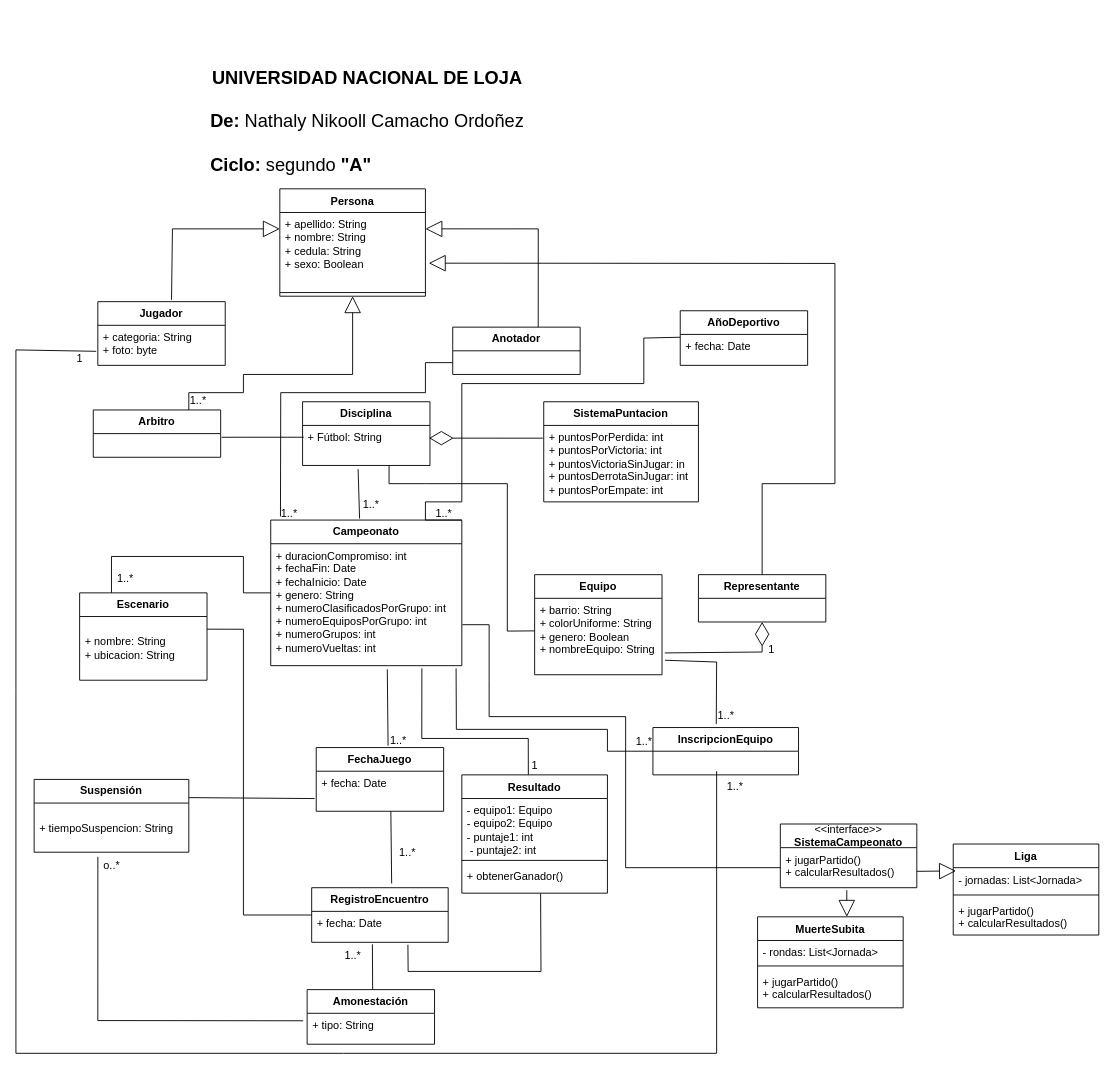
This is Deportes_POO.drawio from Nikooll/Deportes_POO, a draw.io file, before an edit. Source tidied: cells renumbered, new cells numbered last; positions are measured from the earlier drawing's top-left corner, leaving out a move shared by most shapes. Both pictures are drawn from the tidied source at 91%, with x=0, y=0 at pixel (15, 61).
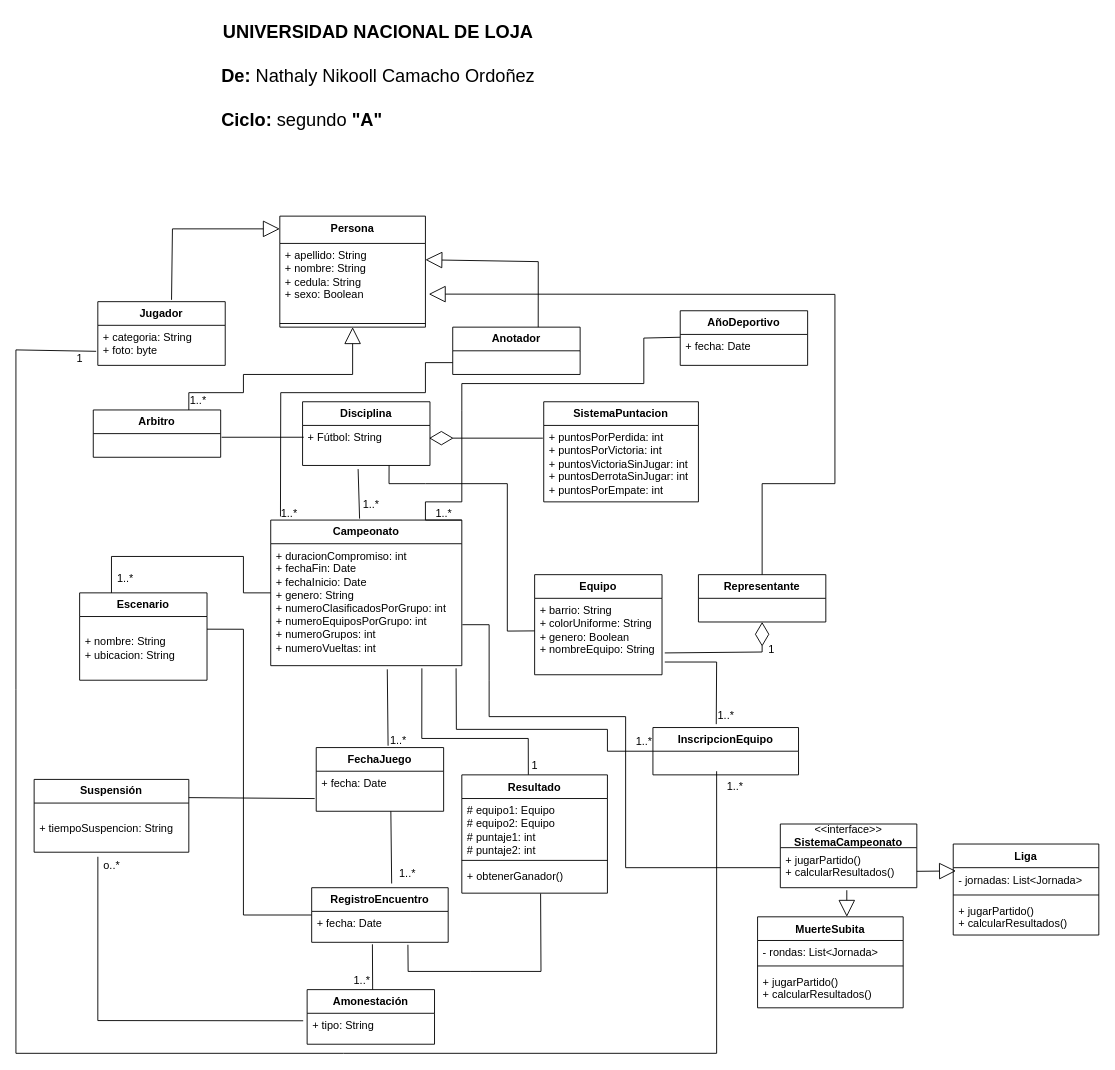
Above is the later version.

Unchanged cells that the change refers to:
```xml
<mxCell id="9" value="&lt;b&gt;Anotador&lt;/b&gt;" style="swimlane;fontStyle=0;horizontal=1;startSize=26;fillColor=none;whiteSpace=wrap;html=1;" parent="1" vertex="1">
  <mxGeometry x="480" y="292" width="140" height="52" as="geometry" />
</mxCell>
<mxCell id="13" value="&lt;b&gt;SistemaPuntacion&lt;/b&gt;" style="swimlane;fontStyle=0;horizontal=1;startSize=26;fillColor=none;whiteSpace=wrap;html=1;" parent="1" vertex="1">
  <mxGeometry x="580" y="374" width="170" height="110" as="geometry" />
</mxCell>
<mxCell id="20" value="+ barrio: String&lt;br&gt;+ colorUniforme: String&lt;br&gt;+ genero: Boolean&lt;br&gt;+ nombreEquipo: String&lt;div&gt;&lt;br/&gt;&lt;/div&gt;" style="text;strokeColor=none;fillColor=none;align=left;verticalAlign=top;spacingLeft=4;spacingRight=4;overflow=hidden;points=[[0,0.5],[1,0.5]];portConstraint=eastwest;whiteSpace=wrap;html=1;" parent="19" vertex="1">
  <mxGeometry y="26" width="140" height="84" as="geometry" />
</mxCell>
<mxCell id="22" value="&lt;b&gt;Representante&lt;/b&gt;" style="swimlane;fontStyle=0;horizontal=1;startSize=26;fillColor=none;whiteSpace=wrap;html=1;" parent="1" vertex="1">
  <mxGeometry x="750" y="564" width="140" height="52" as="geometry" />
</mxCell>
<mxCell id="30" value="&lt;b&gt;InscripcionEquipo&lt;/b&gt;" style="swimlane;fontStyle=0;horizontal=1;startSize=26;fillColor=none;whiteSpace=wrap;html=1;" parent="1" vertex="1">
  <mxGeometry x="700" y="732" width="160" height="52" as="geometry" />
</mxCell>
<mxCell id="72" value="Resultado" style="swimlane;fontStyle=1;align=center;verticalAlign=top;horizontal=1;startSize=26;whiteSpace=wrap;html=1;" parent="1" vertex="1">
  <mxGeometry x="490" y="784" width="160" height="130" as="geometry" />
</mxCell>
```

What changed in the source:
```diff
@@
-    <mxCell id="2" value="Persona" style="swimlane;fontStyle=1;align=center;verticalAlign=top;horizontal=1;startSize=26;whiteSpace=wrap;html=1;" parent="1" vertex="1">
-      <mxGeometry x="290" y="140" width="160" height="118" as="geometry" />
+    <mxCell id="2" value="&lt;div&gt;Persona&lt;/div&gt;" style="swimlane;fontStyle=1;align=center;verticalAlign=top;horizontal=1;startSize=30;whiteSpace=wrap;html=1;" parent="1" vertex="1">
+      <mxGeometry x="290" y="170" width="160" height="122" as="geometry" />
     </mxCell>
     <mxCell id="3" value="&lt;div&gt;+ apellido: String&lt;/div&gt;&lt;div&gt;+ nombre: String&lt;/div&gt;+ cedula: String&lt;br&gt;+ sexo: Boolean" style="text;strokeColor=none;fillColor=none;align=left;verticalAlign=top;spacingLeft=4;spacingRight=4;overflow=hidden;points=[[0,0.5],[1,0.5]];portConstraint=eastwest;whiteSpace=wrap;html=1;" parent="2" vertex="1">
-      <mxGeometry y="26" width="160" height="84" as="geometry" />
+      <mxGeometry y="30" width="160" height="84" as="geometry" />
     </mxCell>
     <mxCell id="4" style="line;strokeWidth=1;fillColor=none;align=left;verticalAlign=middle;spacingTop=-1;spacingLeft=3;spacingRight=3;labelPosition=right;strokeColor=inherit;" parent="2" vertex="1">
-      <mxGeometry y="110" width="160" height="8" as="geometry" />
+      <mxGeometry y="114" width="160" height="8" as="geometry" />
     </mxCell>
@@
     <mxCell id="10" style="endArrow=block;endSize=16;endFill=0;html=1;rounded=0;exitX=0.671;exitY=0;exitDx=0;exitDy=0;exitPerimeter=0;entryX=1;entryY=0.214;entryDx=0;entryDy=0;entryPerimeter=0;" parent="1" edge="1" source="9" target="3">
       <mxGeometry relative="1" as="geometry">
         <Array as="points">
-          <mxPoint x="574" y="184" />
+          <mxPoint x="574" y="220" />
         </Array>
       </mxGeometry>
     </mxCell>
@@
-    <mxCell id="14" value="+ puntosPorPerdida: int&lt;br&gt;+ puntosPorVictoria: int&lt;br&gt;&lt;div&gt;+ puntosVictoriaSinJugar: in&lt;/div&gt;&lt;div&gt;+ puntosDerrotaSinJugar: int&lt;br&gt;+ puntosPorEmpate: int&lt;/div&gt;" style="text;strokeColor=none;fillColor=none;align=left;verticalAlign=top;spacingLeft=4;spacingRight=4;overflow=hidden;whiteSpace=wrap;html=1;" parent="13" vertex="1">
+    <mxCell id="14" value="+ puntosPorPerdida: int&lt;br&gt;+ puntosPorVictoria: int&lt;br&gt;&lt;div&gt;+ puntosVictoriaSinJugar: int&lt;/div&gt;&lt;div&gt;+ puntosDerrotaSinJugar: int&lt;br&gt;+ puntosPorEmpate: int&lt;/div&gt;" style="text;strokeColor=none;fillColor=none;align=left;verticalAlign=top;spacingLeft=4;spacingRight=4;overflow=hidden;whiteSpace=wrap;html=1;" parent="13" vertex="1">
       <mxGeometry y="26" width="170" height="84" as="geometry" />
     </mxCell>
@@
-    <mxCell id="33" style="endArrow=none;html=1;rounded=0;exitX=0.435;exitY=-0.072;exitDx=0;exitDy=0;exitPerimeter=0;entryX=1.023;entryY=0.81;entryDx=0;entryDy=0;entryPerimeter=0;" parent="1" edge="1" source="30" target="20">
+    <mxCell id="33" style="endArrow=none;html=1;rounded=0;exitX=0.435;exitY=-0.072;exitDx=0;exitDy=0;exitPerimeter=0;" parent="1" edge="1" source="30">
       <mxGeometry relative="1" as="geometry">
+        <mxPoint x="713" y="660" as="targetPoint" />
         <Array as="points">
           <mxPoint x="770" y="660" />
         </Array>
       </mxGeometry>
     </mxCell>
@@
     <mxCell id="40" value="1..*" style="text;html=1;align=center;verticalAlign=middle;strokeColor=none;fillColor=none;" parent="1" vertex="1">
-      <mxGeometry x="410" y="855" width="40" height="30" as="geometry" />
+      <mxGeometry x="410" y="878" width="40" height="30" as="geometry" />
     </mxCell>
@@
     <mxCell id="49" value="1..*" style="text;html=1;align=center;verticalAlign=middle;strokeColor=none;fillColor=none;" parent="1" vertex="1">
-      <mxGeometry x="350" y="968" width="40" height="30" as="geometry" />
+      <mxGeometry x="360" y="995" width="40" height="30" as="geometry" />
     </mxCell>
@@
     <mxCell id="66" value="&lt;div align=&quot;center&quot;&gt;&lt;font style=&quot;font-size: 20px;&quot;&gt;&lt;b&gt;UNIVERSIDAD NACIONAL DE LOJA&lt;br&gt;&lt;/b&gt;&lt;/font&gt;&lt;/div&gt;&lt;div&gt;&lt;font style=&quot;font-size: 20px;&quot;&gt;&lt;b&gt;&lt;br&gt;&lt;/b&gt;&lt;/font&gt;&lt;/div&gt;&lt;div&gt;&lt;font style=&quot;font-size: 20px;&quot;&gt;&lt;b&gt;De: &lt;/b&gt;Nathaly Nikooll Camacho Ordoñez&lt;/font&gt;&lt;/div&gt;&lt;div&gt;&lt;font style=&quot;font-size: 20px;&quot;&gt;&lt;br&gt;&lt;/font&gt;&lt;/div&gt;&lt;div&gt;&lt;font style=&quot;font-size: 20px;&quot;&gt;&lt;b&gt;Ciclo:&lt;/b&gt; segundo&lt;b&gt; &quot;A&quot;&lt;br&gt;&lt;/b&gt;&lt;/font&gt;&lt;/div&gt;" style="text;strokeColor=none;fillColor=none;align=left;verticalAlign=middle;spacingLeft=4;spacingRight=4;overflow=hidden;whiteSpace=wrap;html=1;" parent="1" vertex="1">
-      <mxGeometry x="207.5" width="355" height="130" as="geometry" />
+      <mxGeometry x="220" y="-50" width="355" height="130" as="geometry" />
     </mxCell>
     <mxCell id="67" style="endArrow=block;endSize=16;endFill=0;html=1;rounded=0;entryX=1.023;entryY=0.663;entryDx=0;entryDy=0;entryPerimeter=0;exitX=0.5;exitY=0;exitDx=0;exitDy=0;" parent="1" edge="1" source="22" target="3">
       <mxGeometry relative="1" as="geometry">
         <Array as="points">
           <mxPoint x="820" y="464" />
           <mxPoint x="900" y="464" />
-          <mxPoint x="900" y="222" />
+          <mxPoint x="900" y="256" />
         </Array>
       </mxGeometry>
     </mxCell>
@@
-    <mxCell id="73" value="- equipo1: Equipo&amp;nbsp; &amp;nbsp;&lt;br&gt;- equipo2: Equipo&amp;nbsp; &amp;nbsp;&lt;br&gt;- puntaje1: int&amp;nbsp;&amp;nbsp;&amp;nbsp; &amp;nbsp;&lt;br&gt;&amp;nbsp;- puntaje2: int" style="text;strokeColor=none;fillColor=none;align=left;verticalAlign=top;spacingLeft=4;spacingRight=4;overflow=hidden;whiteSpace=wrap;html=1;" parent="72" vertex="1">
+    <mxCell id="73" value="# equipo1: Equipo&amp;nbsp; &amp;nbsp;&lt;br&gt;# equipo2: Equipo&amp;nbsp; &amp;nbsp;&lt;br&gt;&lt;div&gt;# puntaje1: int&amp;nbsp;&amp;nbsp;&amp;nbsp; &amp;nbsp;&lt;/div&gt;&lt;div&gt;# puntaje2: int&lt;/div&gt;" style="text;strokeColor=none;fillColor=none;align=left;verticalAlign=top;spacingLeft=4;spacingRight=4;overflow=hidden;whiteSpace=wrap;html=1;" parent="72" vertex="1">
       <mxGeometry y="26" width="160" height="64" as="geometry" />
     </mxCell>
```
